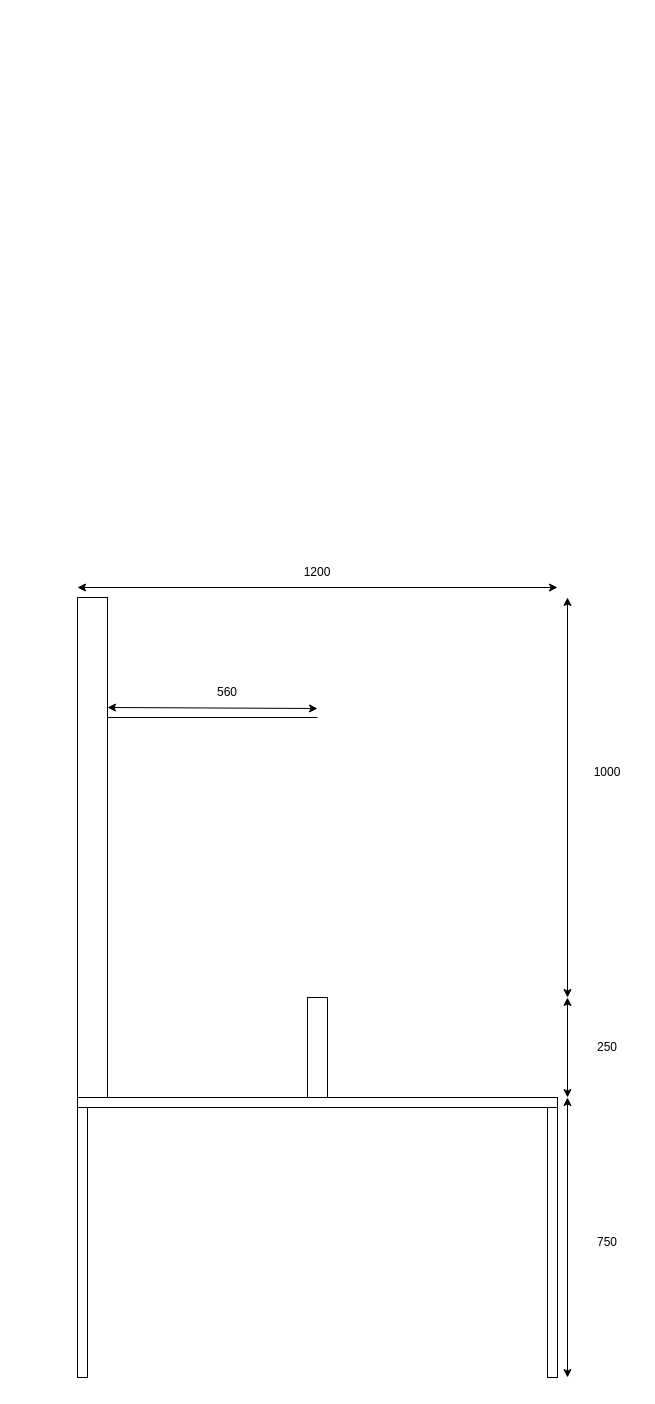
This is ignitionSetup_delayedIgnitionH2.drawio from gatw/draw_io, a draw.io file, before an edit. Source tidied: cells renumbered, new cells numbered last; positions are measured from the earlier drawing's top-left corner, leaving out a move shared by most shapes. Both pictures are drawn from the tidied source at 100%, with x=0, y=0 at pixel (77, 557).
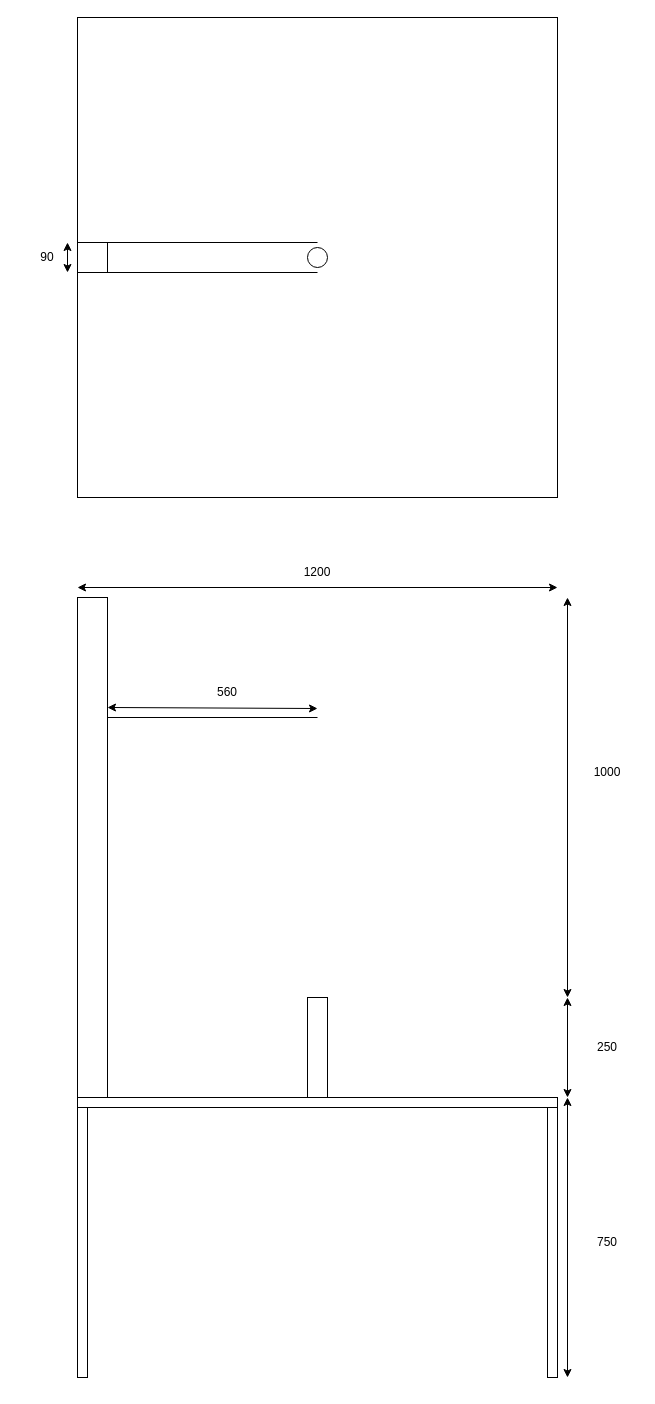
Above is the later version.

Commit message:
added plan view

Change to the diagram source:
```diff
@@
+    <mxCell id="18" style="whiteSpace=wrap;html=1;" parent="1" vertex="1">
+      <mxGeometry y="-540" width="480" height="480" as="geometry" />
+    </mxCell>
+    <mxCell id="19" style="ellipse;whiteSpace=wrap;html=1;shapeInside=1;" parent="1" vertex="1">
+      <mxGeometry x="230" y="-310" width="20" height="20" as="geometry" />
+    </mxCell>
+    <mxCell id="20" style="whiteSpace=wrap;html=1;" parent="1" vertex="1">
+      <mxGeometry y="-315" width="30" height="30" as="geometry" />
+    </mxCell>
+    <mxCell id="21" style="endArrow=none;html=1;rounded=0;exitX=1;exitY=0.25;exitDx=0;exitDy=0;" parent="1" edge="1">
+      <mxGeometry relative="1" as="geometry">
+        <mxPoint x="30" y="-315" as="sourcePoint" />
+        <mxPoint x="240" y="-315" as="targetPoint" />
+      </mxGeometry>
+    </mxCell>
+    <mxCell id="22" style="endArrow=none;html=1;rounded=0;exitX=1;exitY=0.25;exitDx=0;exitDy=0;" parent="1" edge="1">
+      <mxGeometry relative="1" as="geometry">
+        <mxPoint x="30" y="-285" as="sourcePoint" />
+        <mxPoint x="240" y="-285" as="targetPoint" />
+      </mxGeometry>
+    </mxCell>
+    <mxCell id="23" style="endArrow=classic;startArrow=classic;html=1;rounded=0;" parent="1" edge="1">
+      <mxGeometry relative="1" as="geometry">
+        <mxPoint x="-10" y="-285" as="sourcePoint" />
+        <mxPoint x="-10" y="-315" as="targetPoint" />
+      </mxGeometry>
+    </mxCell>
+    <mxCell id="24" value="90" style="text;html=1;whiteSpace=wrap;strokeColor=none;fillColor=none;align=center;verticalAlign=middle;rounded=0;" parent="1" vertex="1">
+      <mxGeometry x="-60" y="-315" width="60" height="30" as="geometry" />
+    </mxCell>
```
